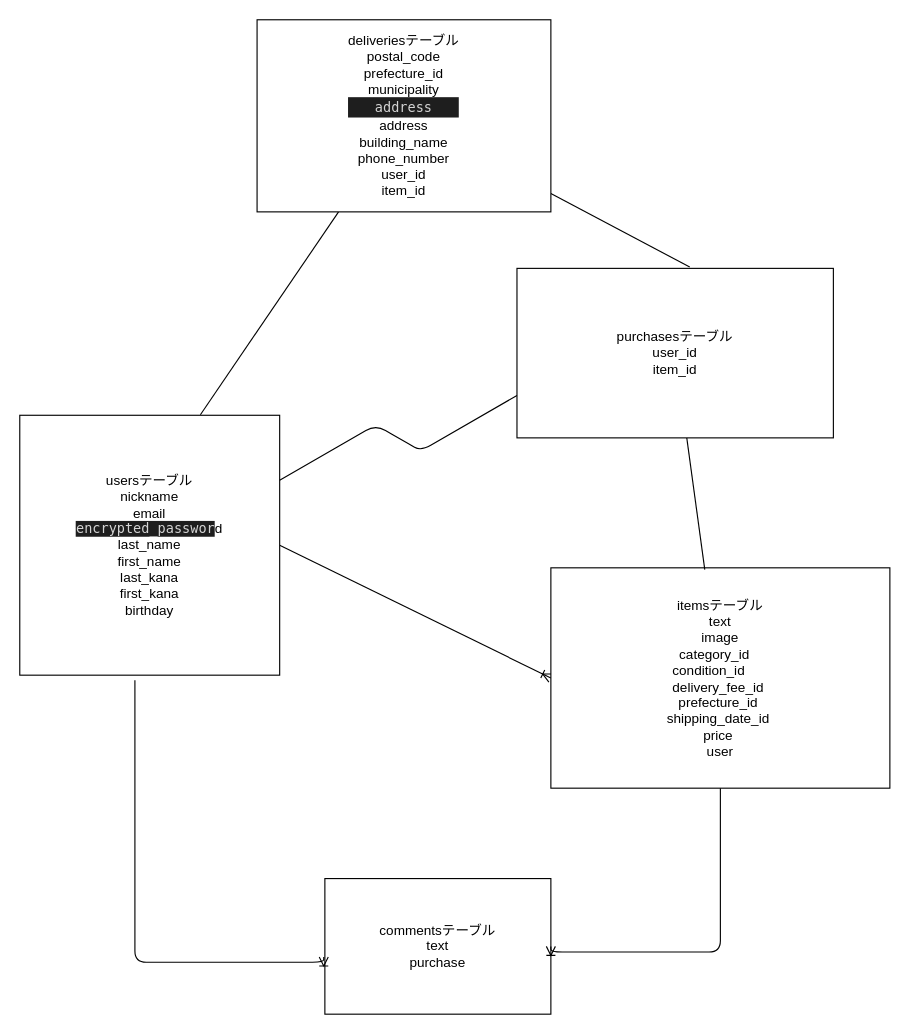
Earlier version of the draw.io diagram furima-31613.dio (ksk-k/furima-31613). Source tidied: cells renumbered, new cells numbered last; positions are measured from the earlier drawing's top-left corner, leaving out a move shared by most shapes. Both pictures are drawn from the tidied source at 113%, with x=0, y=0 at pixel (19, 19).
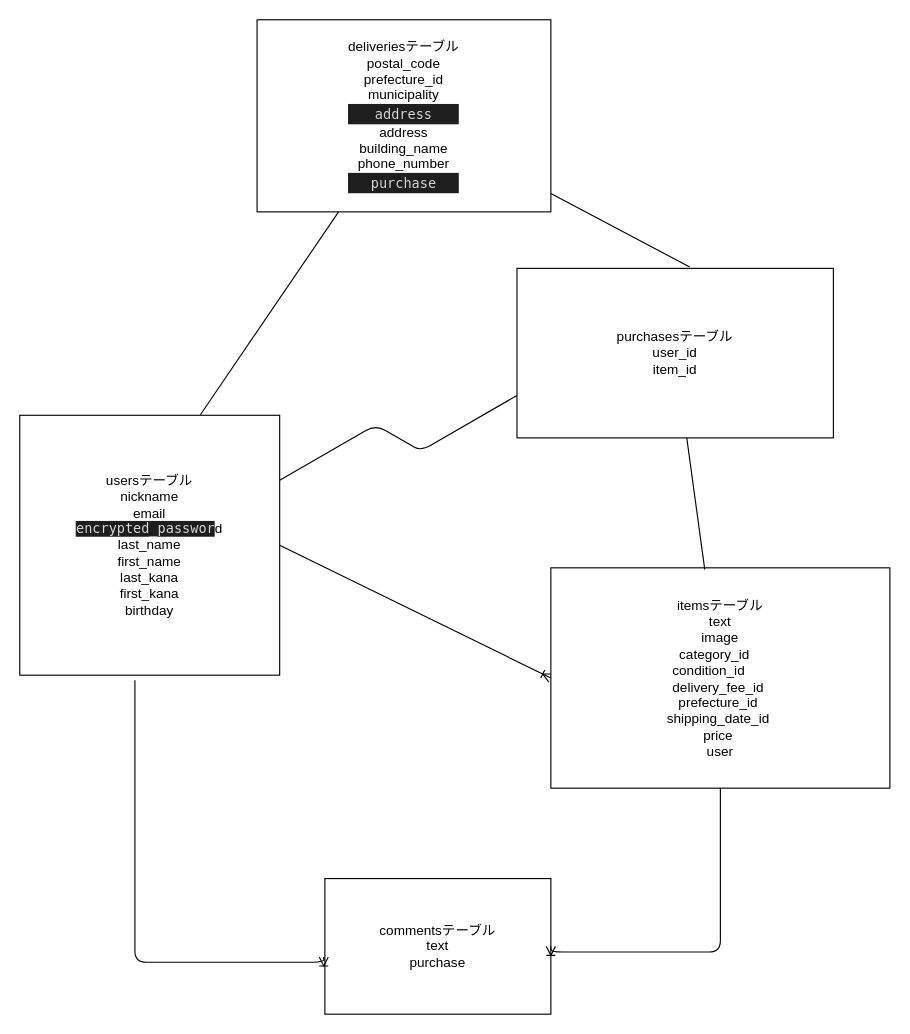
After the change.

Commit message (it also covers changes not shown here):
データベース設計6回目

What changed in the source:
```diff
@@
 <mxGraphModel>
   <root>
     <mxCell id="0" />
     <mxCell id="1" parent="0" />
     <mxCell id="2" style="edgeStyle=none;rounded=0;jettySize=auto;html=1;exitX=1;exitY=0.5;exitDx=0;exitDy=0;entryX=0;entryY=0.5;entryDx=0;entryDy=0;endArrow=ERoneToMany;endFill=0;strokeWidth=1;" parent="1" edge="1" source="3" target="4">
       <mxGeometry relative="1" as="geometry" />
     </mxCell>
     <mxCell id="3" value="usersテーブル&lt;br&gt;nickname&lt;br&gt;email&lt;br&gt;&lt;span style=&quot;background-color: rgb(30 , 30 , 30) ; color: rgb(212 , 212 , 212) ; font-family: &amp;#34;menlo&amp;#34; , &amp;#34;monaco&amp;#34; , &amp;#34;courier new&amp;#34; , monospace&quot;&gt;encrypted_passwor&lt;/span&gt;d&lt;br&gt;last_name&lt;br&gt;first_name&lt;br&gt;last_kana&lt;br&gt;first_kana&lt;br&gt;birthday" style="whiteSpace=wrap;html=1;" parent="1" vertex="1">
       <mxGeometry y="350" width="230" height="230" as="geometry" />
     </mxCell>
     <mxCell id="4" value="itemsテーブル&lt;br&gt;text&lt;br&gt;image&lt;br&gt;&lt;div&gt;category_id&amp;nbsp; &amp;nbsp;&lt;/div&gt;&lt;div&gt;condition_id&amp;nbsp; &amp;nbsp; &amp;nbsp;&amp;nbsp;&lt;/div&gt;&lt;div&gt;delivery_fee_id&amp;nbsp;&lt;/div&gt;&lt;div&gt;prefecture_id&amp;nbsp;&lt;/div&gt;&lt;div&gt;shipping_date_id&amp;nbsp;&lt;/div&gt;&lt;div&gt;price&amp;nbsp;&lt;/div&gt;&lt;div&gt;user&lt;/div&gt;" style="whiteSpace=wrap;html=1;" parent="1" vertex="1">
       <mxGeometry x="470" y="485" width="300" height="195" as="geometry" />
     </mxCell>
     <mxCell id="5" value="commentsテーブル&lt;br&gt;text&lt;br&gt;purchase" style="whiteSpace=wrap;html=1;" parent="1" vertex="1">
       <mxGeometry x="270" y="760" width="200" height="120" as="geometry" />
     </mxCell>
     <mxCell id="6" style="edgeStyle=segmentEdgeStyle;endArrow=ERoneToMany;html=1;strokeWidth=1;exitX=0.5;exitY=1;exitDx=0;exitDy=0;entryX=1;entryY=0.5;entryDx=0;entryDy=0;endFill=0;" parent="1" edge="1" source="4" target="5">
       <mxGeometry relative="1" as="geometry">
         <Array as="points">
           <mxPoint x="570" y="825" />
           <mxPoint x="480" y="825" />
         </Array>
       </mxGeometry>
     </mxCell>
     <mxCell id="7" style="edgeStyle=elbowEdgeStyle;elbow=vertical;endArrow=ERoneToMany;html=1;strokeWidth=1;entryX=-0.005;entryY=0.578;entryDx=0;entryDy=0;entryPerimeter=0;exitX=0.443;exitY=1.02;exitDx=0;exitDy=0;exitPerimeter=0;endFill=0;" parent="1" edge="1" source="3" target="5">
       <mxGeometry relative="1" as="geometry">
         <Array as="points">
           <mxPoint x="220" y="834" />
         </Array>
       </mxGeometry>
     </mxCell>
     <mxCell id="8" style="edgeStyle=none;rounded=0;jettySize=auto;html=1;entryX=0.454;entryY=0.008;entryDx=0;entryDy=0;entryPerimeter=0;endArrow=none;endFill=0;strokeWidth=1;" parent="1" edge="1" source="9" target="4">
       <mxGeometry relative="1" as="geometry" />
     </mxCell>
     <mxCell id="9" value="purchasesテーブル&lt;br&gt;user_id&lt;br&gt;item_id" style="rounded=0;whiteSpace=wrap;html=1;" parent="1" vertex="1">
       <mxGeometry x="440" y="220" width="280" height="150" as="geometry" />
     </mxCell>
     <mxCell id="10" style="edgeStyle=isometricEdgeStyle;endArrow=none;html=1;strokeWidth=1;exitX=1;exitY=0.25;exitDx=0;exitDy=0;entryX=0;entryY=0.75;entryDx=0;entryDy=0;" parent="1" edge="1" source="3" target="9">
       <mxGeometry relative="1" as="geometry" />
     </mxCell>
     <mxCell id="11" style="edgeStyle=none;rounded=0;jettySize=auto;html=1;entryX=0.546;entryY=-0.008;entryDx=0;entryDy=0;entryPerimeter=0;endArrow=none;endFill=0;strokeWidth=1;" parent="1" edge="1" source="13" target="9">
       <mxGeometry relative="1" as="geometry" />
     </mxCell>
     <mxCell id="12" style="edgeStyle=none;rounded=0;jettySize=auto;html=1;entryX=0.695;entryY=-0.002;entryDx=0;entryDy=0;entryPerimeter=0;endArrow=none;endFill=0;strokeWidth=1;" parent="1" edge="1" source="13" target="3">
       <mxGeometry relative="1" as="geometry" />
     </mxCell>
-    <mxCell id="13" value="&lt;span&gt;deliveriesテーブル&lt;br&gt;postal_code&lt;/span&gt;&lt;br&gt;&lt;span&gt;prefecture_id&lt;/span&gt;&lt;br&gt;&lt;span&gt;municipality&lt;br&gt;&lt;/span&gt;&lt;div style=&quot;color: rgb(212 , 212 , 212) ; background-color: rgb(30 , 30 , 30) ; font-family: &amp;#34;menlo&amp;#34; , &amp;#34;monaco&amp;#34; , &amp;#34;courier new&amp;#34; , monospace ; line-height: 18px&quot;&gt;address&lt;/div&gt;&lt;span&gt;address&lt;/span&gt;&lt;br&gt;&lt;span&gt;building_name&lt;/span&gt;&lt;br&gt;&lt;span&gt;phone_number&lt;br&gt;user_id&lt;br&gt;item_id&lt;br&gt;&lt;/span&gt;" style="rounded=0;whiteSpace=wrap;html=1;" parent="1" vertex="1">
+    <mxCell id="13" value="&lt;span&gt;deliveriesテーブル&lt;br&gt;postal_code&lt;/span&gt;&lt;br&gt;&lt;span&gt;prefecture_id&lt;/span&gt;&lt;br&gt;&lt;span&gt;municipality&lt;br&gt;&lt;/span&gt;&lt;div style=&quot;color: rgb(212 , 212 , 212) ; background-color: rgb(30 , 30 , 30) ; font-family: &amp;#34;menlo&amp;#34; , &amp;#34;monaco&amp;#34; , &amp;#34;courier new&amp;#34; , monospace ; line-height: 18px&quot;&gt;address&lt;/div&gt;&lt;span&gt;address&lt;/span&gt;&lt;br&gt;&lt;span&gt;building_name&lt;/span&gt;&lt;br&gt;&lt;span&gt;phone_number&lt;br&gt;&lt;/span&gt;&lt;div style=&quot;color: rgb(212 , 212 , 212) ; background-color: rgb(30 , 30 , 30) ; font-family: &amp;#34;menlo&amp;#34; , &amp;#34;monaco&amp;#34; , &amp;#34;courier new&amp;#34; , monospace ; line-height: 18px&quot;&gt;purchase&lt;/div&gt;" style="rounded=0;whiteSpace=wrap;html=1;" parent="1" vertex="1">
       <mxGeometry x="210" width="260" height="170" as="geometry" />
     </mxCell>
   </root>
 </mxGraphModel>
```
